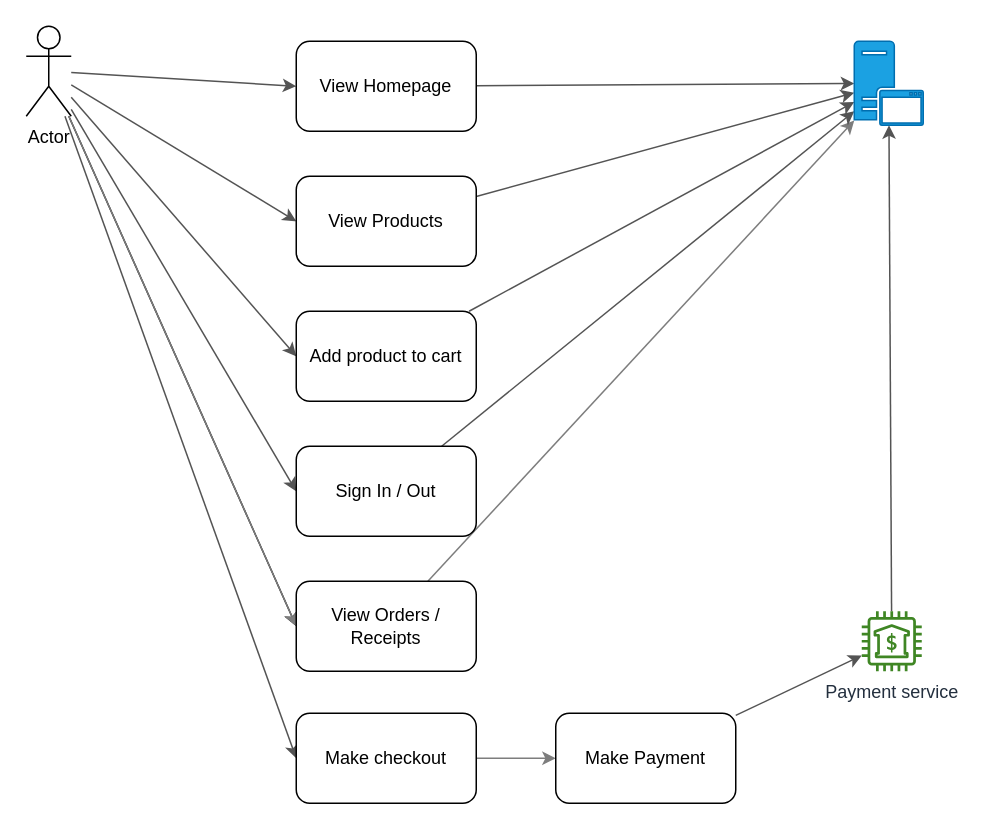
harryuan65/CoffeeHouse keeps this draw.io diagram as docs/business.drawio. Above is the earlier version. Source tidied: cells renumbered, new cells numbered last; positions are measured from the earlier drawing's top-left corner, leaving out a move shared by most shapes. Both pictures are drawn from the tidied source at 150%, with x=0, y=0 at pixel (26, 26).
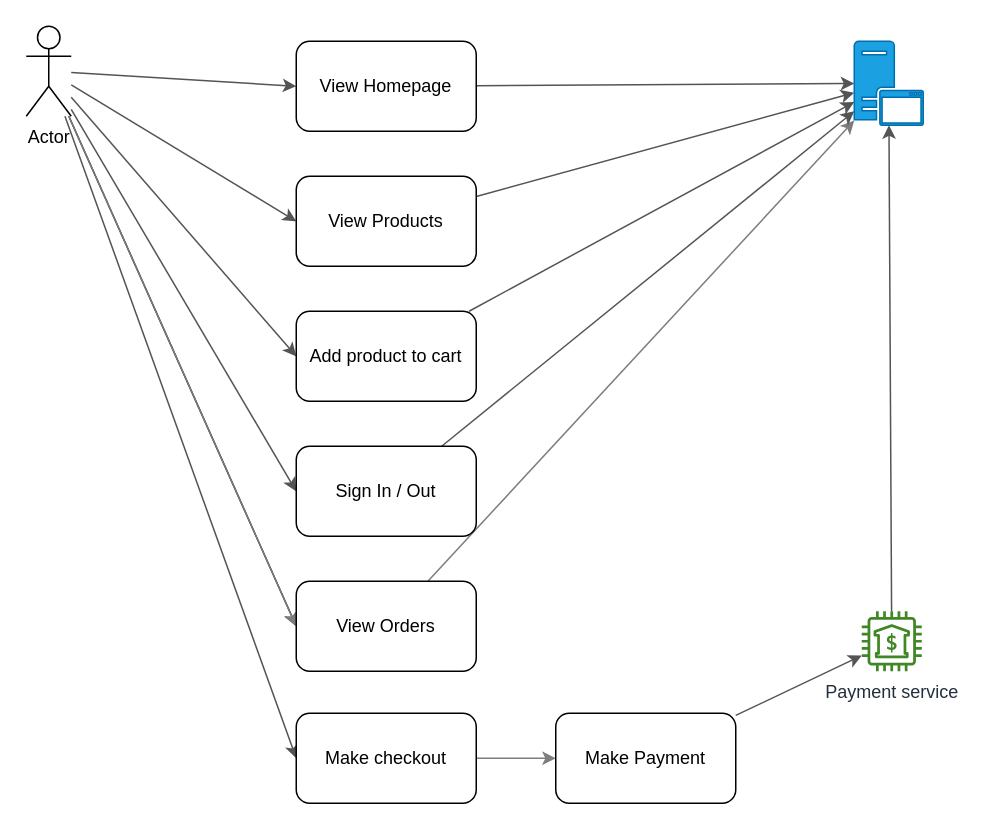
The same diagram, later.

Commit message:
feat: update business diagram

The edit, as a diff of the source:
```diff
@@
-    <mxCell id="19" value="View Orders / Receipts" style="rounded=1;whiteSpace=wrap;html=1;" parent="1" vertex="1">
+    <mxCell id="19" value="View Orders" style="rounded=1;whiteSpace=wrap;html=1;" parent="1" vertex="1">
       <mxGeometry x="180" y="370" width="120" height="60" as="geometry" />
     </mxCell>
```
